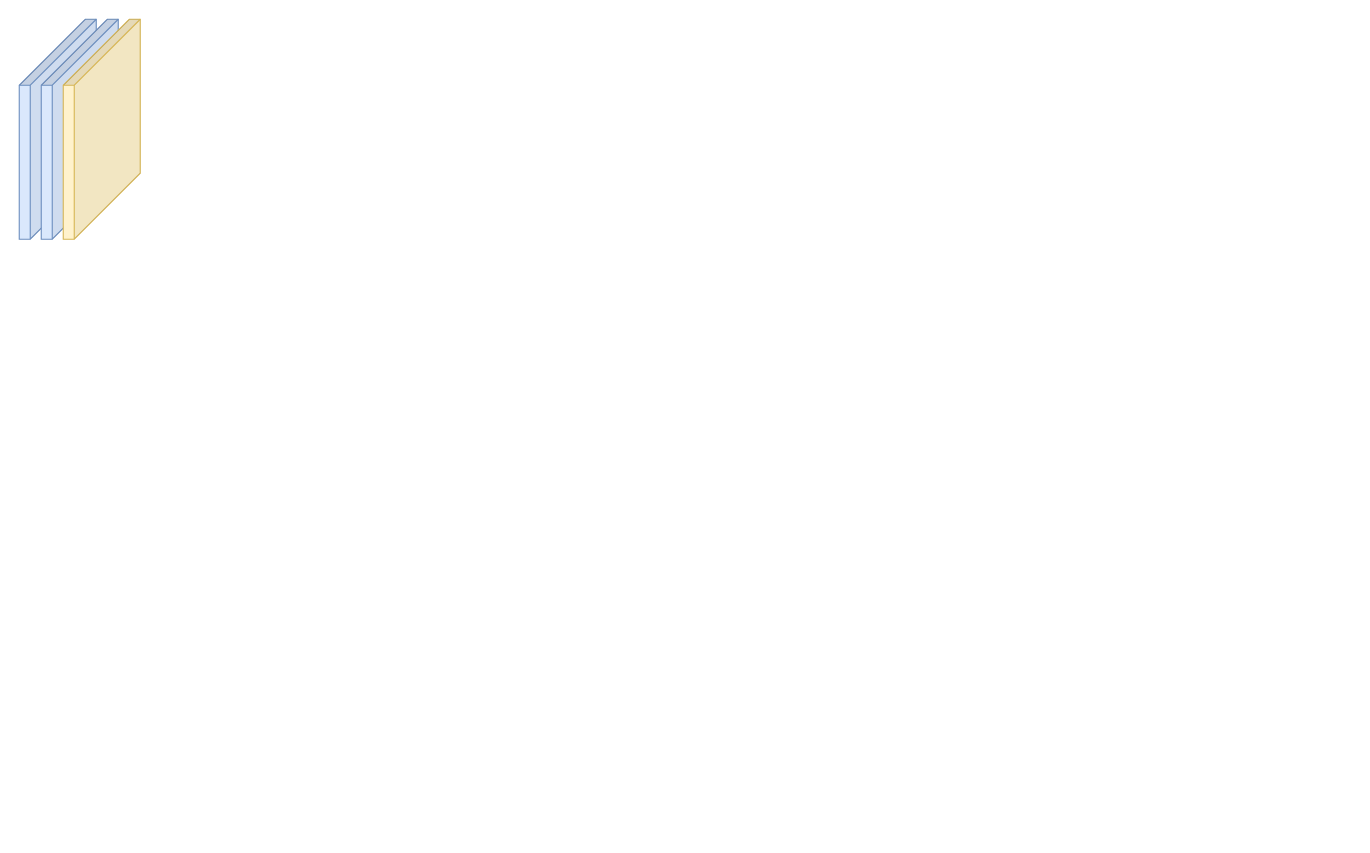
qqaazz800624/cardiovascular-calcification keeps this draw.io diagram as scripts/analytics/UQ.drawio. Above is the earlier version. Source tidied: cells renumbered, new cells numbered last; positions are measured from the earlier drawing's top-left corner, leaving out a move shared by most shapes. Both pictures are drawn from the tidied source at 110%, with x=0, y=0 at pixel (19, 19).
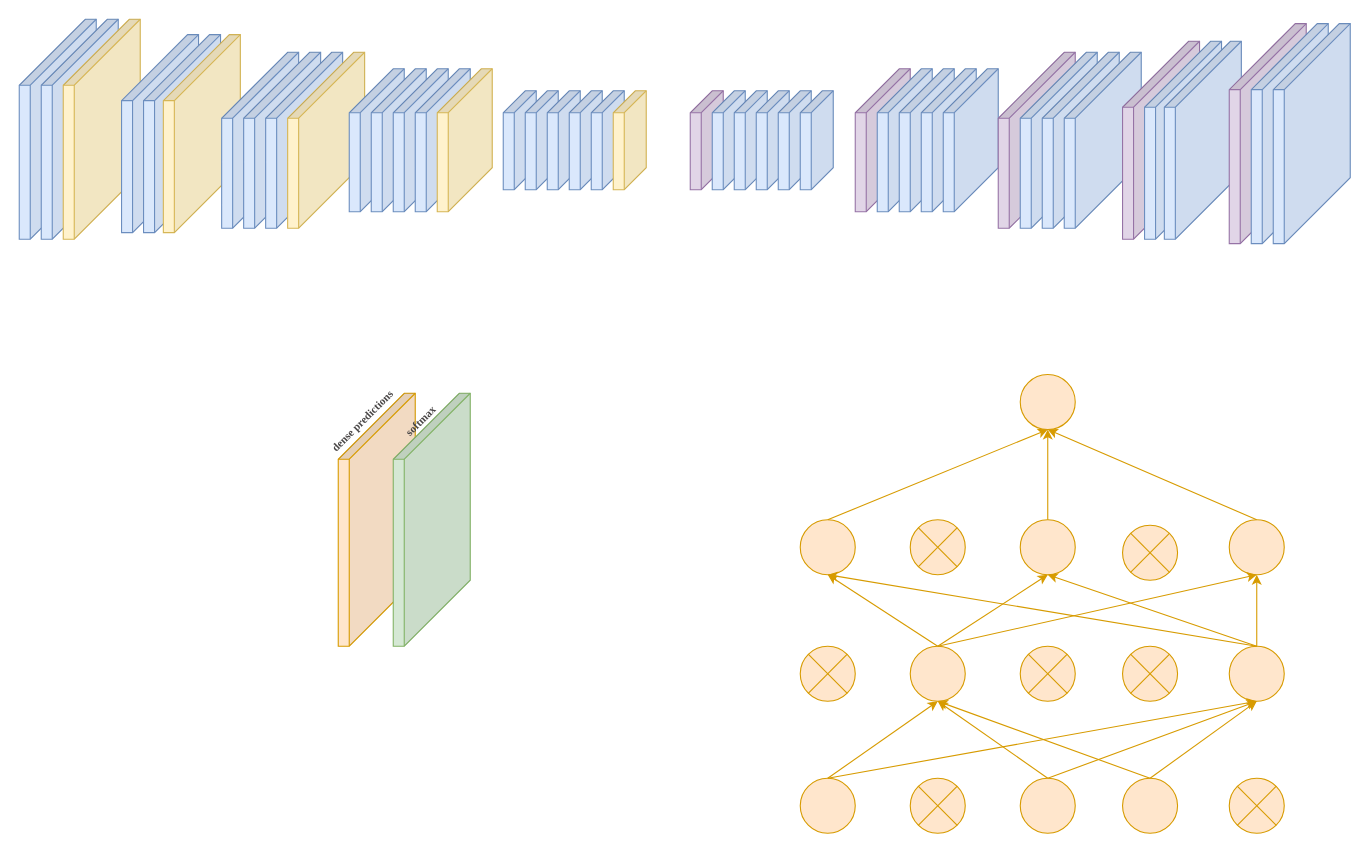
After the change.

Diff of the diagram source:
```diff
@@
+    <mxCell id="5" style="shape=cube;whiteSpace=wrap;html=1;boundedLbl=1;backgroundOutline=1;darkOpacity=0.05;darkOpacity2=0.1;rotation=0;size=60;direction=south;flipH=0;flipV=0;fillColor=#dae8fc;strokeColor=#6c8ebf;" parent="1" vertex="1">
+      <mxGeometry x="93" y="14" width="70" height="180" as="geometry" />
+    </mxCell>
+    <mxCell id="6" style="shape=cube;whiteSpace=wrap;html=1;boundedLbl=1;backgroundOutline=1;darkOpacity=0.05;darkOpacity2=0.1;rotation=0;size=60;direction=south;flipH=0;flipV=0;fillColor=#dae8fc;strokeColor=#6c8ebf;" parent="1" vertex="1">
+      <mxGeometry x="113" y="14" width="70" height="180" as="geometry" />
+    </mxCell>
+    <mxCell id="7" style="shape=cube;whiteSpace=wrap;html=1;boundedLbl=1;backgroundOutline=1;darkOpacity=0.05;darkOpacity2=0.1;rotation=0;size=60;direction=south;flipH=0;flipV=0;fillColor=#fff2cc;strokeColor=#d6b656;" parent="1" vertex="1">
+      <mxGeometry x="131" y="14" width="70" height="180" as="geometry" />
+    </mxCell>
+    <mxCell id="8" style="shape=cube;whiteSpace=wrap;html=1;boundedLbl=1;backgroundOutline=1;darkOpacity=0.05;darkOpacity2=0.1;rotation=0;size=60;direction=south;flipH=0;flipV=0;fillColor=#dae8fc;strokeColor=#6c8ebf;" parent="1" vertex="1">
+      <mxGeometry x="184" y="30" width="70" height="160" as="geometry" />
+    </mxCell>
+    <mxCell id="9" style="shape=cube;whiteSpace=wrap;html=1;boundedLbl=1;backgroundOutline=1;darkOpacity=0.05;darkOpacity2=0.1;rotation=0;size=60;direction=south;flipH=0;flipV=0;fillColor=#dae8fc;strokeColor=#6c8ebf;" parent="1" vertex="1">
+      <mxGeometry x="204" y="30" width="70" height="160" as="geometry" />
+    </mxCell>
+    <mxCell id="10" style="shape=cube;whiteSpace=wrap;html=1;boundedLbl=1;backgroundOutline=1;darkOpacity=0.05;darkOpacity2=0.1;rotation=0;size=60;direction=south;flipH=0;flipV=0;fillColor=#dae8fc;strokeColor=#6c8ebf;" parent="1" vertex="1">
+      <mxGeometry x="224" y="30" width="70" height="160" as="geometry" />
+    </mxCell>
+    <mxCell id="11" style="shape=cube;whiteSpace=wrap;html=1;boundedLbl=1;backgroundOutline=1;darkOpacity=0.05;darkOpacity2=0.1;rotation=0;size=60;direction=south;flipH=0;flipV=0;fillColor=#fff2cc;strokeColor=#d6b656;" parent="1" vertex="1">
+      <mxGeometry x="244" y="30" width="70" height="160" as="geometry" />
+    </mxCell>
+    <mxCell id="12" style="shape=cube;whiteSpace=wrap;html=1;boundedLbl=1;backgroundOutline=1;darkOpacity=0.05;darkOpacity2=0.1;rotation=0;size=40;direction=south;flipH=0;flipV=0;fillColor=#dae8fc;strokeColor=#6c8ebf;" parent="1" vertex="1">
+      <mxGeometry x="300" y="45" width="50" height="130" as="geometry" />
+    </mxCell>
+    <mxCell id="13" style="shape=cube;whiteSpace=wrap;html=1;boundedLbl=1;backgroundOutline=1;darkOpacity=0.05;darkOpacity2=0.1;rotation=0;size=40;direction=south;flipH=0;flipV=0;fillColor=#dae8fc;strokeColor=#6c8ebf;" parent="1" vertex="1">
+      <mxGeometry x="320" y="45" width="50" height="130" as="geometry" />
+    </mxCell>
+    <mxCell id="14" style="shape=cube;whiteSpace=wrap;html=1;boundedLbl=1;backgroundOutline=1;darkOpacity=0.05;darkOpacity2=0.1;rotation=0;size=40;direction=south;flipH=0;flipV=0;fillColor=#dae8fc;strokeColor=#6c8ebf;" parent="1" vertex="1">
+      <mxGeometry x="340" y="45" width="50" height="130" as="geometry" />
+    </mxCell>
+    <mxCell id="15" style="shape=cube;whiteSpace=wrap;html=1;boundedLbl=1;backgroundOutline=1;darkOpacity=0.05;darkOpacity2=0.1;rotation=0;size=40;direction=south;flipH=0;flipV=0;fillColor=#dae8fc;strokeColor=#6c8ebf;" parent="1" vertex="1">
+      <mxGeometry x="360" y="45" width="50" height="130" as="geometry" />
+    </mxCell>
+    <mxCell id="16" style="shape=cube;whiteSpace=wrap;html=1;boundedLbl=1;backgroundOutline=1;darkOpacity=0.05;darkOpacity2=0.1;rotation=0;size=40;direction=south;flipH=0;flipV=0;fillColor=#fff2cc;strokeColor=#d6b656;" parent="1" vertex="1">
+      <mxGeometry x="380" y="45" width="50" height="130" as="geometry" />
+    </mxCell>
+    <mxCell id="17" style="shape=cube;whiteSpace=wrap;html=1;boundedLbl=1;backgroundOutline=1;darkOpacity=0.05;darkOpacity2=0.1;rotation=0;size=20;direction=south;flipH=0;flipV=0;fillColor=#dae8fc;strokeColor=#6c8ebf;" parent="1" vertex="1">
+      <mxGeometry x="440" y="65" width="30" height="90" as="geometry" />
+    </mxCell>
+    <mxCell id="18" style="shape=cube;whiteSpace=wrap;html=1;boundedLbl=1;backgroundOutline=1;darkOpacity=0.05;darkOpacity2=0.1;rotation=0;size=20;direction=south;flipH=0;flipV=0;fillColor=#dae8fc;strokeColor=#6c8ebf;" parent="1" vertex="1">
+      <mxGeometry x="460" y="65" width="30" height="90" as="geometry" />
+    </mxCell>
+    <mxCell id="19" style="shape=cube;whiteSpace=wrap;html=1;boundedLbl=1;backgroundOutline=1;darkOpacity=0.05;darkOpacity2=0.1;rotation=0;size=20;direction=south;flipH=0;flipV=0;fillColor=#dae8fc;strokeColor=#6c8ebf;" parent="1" vertex="1">
+      <mxGeometry x="480" y="65" width="30" height="90" as="geometry" />
+    </mxCell>
+    <mxCell id="20" style="shape=cube;whiteSpace=wrap;html=1;boundedLbl=1;backgroundOutline=1;darkOpacity=0.05;darkOpacity2=0.1;rotation=0;size=20;direction=south;flipH=0;flipV=0;fillColor=#dae8fc;strokeColor=#6c8ebf;" parent="1" vertex="1">
+      <mxGeometry x="500" y="65" width="30" height="90" as="geometry" />
+    </mxCell>
+    <mxCell id="21" style="shape=cube;whiteSpace=wrap;html=1;boundedLbl=1;backgroundOutline=1;darkOpacity=0.05;darkOpacity2=0.1;rotation=0;size=20;direction=south;flipH=0;flipV=0;fillColor=#dae8fc;strokeColor=#6c8ebf;" parent="1" vertex="1">
+      <mxGeometry x="520" y="65" width="30" height="90" as="geometry" />
+    </mxCell>
+    <mxCell id="22" style="shape=cube;whiteSpace=wrap;html=1;boundedLbl=1;backgroundOutline=1;darkOpacity=0.05;darkOpacity2=0.1;rotation=0;size=20;direction=south;flipH=0;flipV=0;fillColor=#fff2cc;strokeColor=#d6b656;" parent="1" vertex="1">
+      <mxGeometry x="540" y="65" width="30" height="90" as="geometry" />
+    </mxCell>
+    <mxCell id="23" style="shape=cube;whiteSpace=wrap;html=1;boundedLbl=1;backgroundOutline=1;darkOpacity=0.05;darkOpacity2=0.1;rotation=0;size=20;direction=south;flipH=0;flipV=0;fillColor=#e1d5e7;strokeColor=#9673a6;" parent="1" vertex="1">
+      <mxGeometry x="610" y="65" width="30" height="90" as="geometry" />
+    </mxCell>
+    <mxCell id="24" style="shape=cube;whiteSpace=wrap;html=1;boundedLbl=1;backgroundOutline=1;darkOpacity=0.05;darkOpacity2=0.1;rotation=0;size=20;direction=south;flipH=0;flipV=0;fillColor=#dae8fc;strokeColor=#6c8ebf;" parent="1" vertex="1">
+      <mxGeometry x="630" y="65" width="30" height="90" as="geometry" />
+    </mxCell>
+    <mxCell id="25" style="shape=cube;whiteSpace=wrap;html=1;boundedLbl=1;backgroundOutline=1;darkOpacity=0.05;darkOpacity2=0.1;rotation=0;size=20;direction=south;flipH=0;flipV=0;fillColor=#dae8fc;strokeColor=#6c8ebf;" parent="1" vertex="1">
+      <mxGeometry x="650" y="65" width="30" height="90" as="geometry" />
+    </mxCell>
+    <mxCell id="26" style="shape=cube;whiteSpace=wrap;html=1;boundedLbl=1;backgroundOutline=1;darkOpacity=0.05;darkOpacity2=0.1;rotation=0;size=20;direction=south;flipH=0;flipV=0;fillColor=#dae8fc;strokeColor=#6c8ebf;" parent="1" vertex="1">
+      <mxGeometry x="670" y="65" width="30" height="90" as="geometry" />
+    </mxCell>
+    <mxCell id="27" style="shape=cube;whiteSpace=wrap;html=1;boundedLbl=1;backgroundOutline=1;darkOpacity=0.05;darkOpacity2=0.1;rotation=0;size=20;direction=south;flipH=0;flipV=0;fillColor=#dae8fc;strokeColor=#6c8ebf;" parent="1" vertex="1">
+      <mxGeometry x="690" y="65" width="30" height="90" as="geometry" />
+    </mxCell>
+    <mxCell id="28" style="shape=cube;whiteSpace=wrap;html=1;boundedLbl=1;backgroundOutline=1;darkOpacity=0.05;darkOpacity2=0.1;rotation=0;size=20;direction=south;flipH=0;flipV=0;fillColor=#dae8fc;strokeColor=#6c8ebf;" parent="1" vertex="1">
+      <mxGeometry x="710" y="65" width="30" height="90" as="geometry" />
+    </mxCell>
+    <mxCell id="29" style="shape=cube;whiteSpace=wrap;html=1;boundedLbl=1;backgroundOutline=1;darkOpacity=0.05;darkOpacity2=0.1;rotation=0;size=40;direction=south;flipH=0;flipV=0;fillColor=#e1d5e7;strokeColor=#9673a6;" parent="1" vertex="1">
+      <mxGeometry x="760" y="45" width="50" height="130" as="geometry" />
+    </mxCell>
+    <mxCell id="30" style="shape=cube;whiteSpace=wrap;html=1;boundedLbl=1;backgroundOutline=1;darkOpacity=0.05;darkOpacity2=0.1;rotation=0;size=40;direction=south;flipH=0;flipV=0;fillColor=#dae8fc;strokeColor=#6c8ebf;" parent="1" vertex="1">
+      <mxGeometry x="780" y="45" width="50" height="130" as="geometry" />
+    </mxCell>
+    <mxCell id="31" style="shape=cube;whiteSpace=wrap;html=1;boundedLbl=1;backgroundOutline=1;darkOpacity=0.05;darkOpacity2=0.1;rotation=0;size=40;direction=south;flipH=0;flipV=0;fillColor=#dae8fc;strokeColor=#6c8ebf;" parent="1" vertex="1">
+      <mxGeometry x="800" y="45" width="50" height="130" as="geometry" />
+    </mxCell>
+    <mxCell id="32" style="shape=cube;whiteSpace=wrap;html=1;boundedLbl=1;backgroundOutline=1;darkOpacity=0.05;darkOpacity2=0.1;rotation=0;size=40;direction=south;flipH=0;flipV=0;fillColor=#dae8fc;strokeColor=#6c8ebf;" parent="1" vertex="1">
+      <mxGeometry x="820" y="45" width="50" height="130" as="geometry" />
+    </mxCell>
+    <mxCell id="33" style="shape=cube;whiteSpace=wrap;html=1;boundedLbl=1;backgroundOutline=1;darkOpacity=0.05;darkOpacity2=0.1;rotation=0;size=40;direction=south;flipH=0;flipV=0;fillColor=#dae8fc;strokeColor=#6c8ebf;" parent="1" vertex="1">
+      <mxGeometry x="840" y="45" width="50" height="130" as="geometry" />
+    </mxCell>
+    <mxCell id="34" style="shape=cube;whiteSpace=wrap;html=1;boundedLbl=1;backgroundOutline=1;darkOpacity=0.05;darkOpacity2=0.1;rotation=0;size=60;direction=south;flipH=0;flipV=0;fillColor=#e1d5e7;strokeColor=#9673a6;" parent="1" vertex="1">
+      <mxGeometry x="890" y="30" width="70" height="160" as="geometry" />
+    </mxCell>
+    <mxCell id="35" style="shape=cube;whiteSpace=wrap;html=1;boundedLbl=1;backgroundOutline=1;darkOpacity=0.05;darkOpacity2=0.1;rotation=0;size=60;direction=south;flipH=0;flipV=0;fillColor=#dae8fc;strokeColor=#6c8ebf;" parent="1" vertex="1">
+      <mxGeometry x="910" y="30" width="70" height="160" as="geometry" />
+    </mxCell>
+    <mxCell id="36" style="shape=cube;whiteSpace=wrap;html=1;boundedLbl=1;backgroundOutline=1;darkOpacity=0.05;darkOpacity2=0.1;rotation=0;size=60;direction=south;flipH=0;flipV=0;fillColor=#dae8fc;strokeColor=#6c8ebf;" parent="1" vertex="1">
+      <mxGeometry x="930" y="30" width="70" height="160" as="geometry" />
+    </mxCell>
+    <mxCell id="37" style="shape=cube;whiteSpace=wrap;html=1;boundedLbl=1;backgroundOutline=1;darkOpacity=0.05;darkOpacity2=0.1;rotation=0;size=60;direction=south;flipH=0;flipV=0;fillColor=#dae8fc;strokeColor=#6c8ebf;" parent="1" vertex="1">
+      <mxGeometry x="950" y="30" width="70" height="160" as="geometry" />
+    </mxCell>
+    <mxCell id="38" style="shape=cube;whiteSpace=wrap;html=1;boundedLbl=1;backgroundOutline=1;darkOpacity=0.05;darkOpacity2=0.1;rotation=0;size=60;direction=south;flipH=0;flipV=0;fillColor=#e1d5e7;strokeColor=#9673a6;" parent="1" vertex="1">
+      <mxGeometry x="1003" y="20" width="70" height="180" as="geometry" />
+    </mxCell>
+    <mxCell id="39" style="shape=cube;whiteSpace=wrap;html=1;boundedLbl=1;backgroundOutline=1;darkOpacity=0.05;darkOpacity2=0.1;rotation=0;size=60;direction=south;flipH=0;flipV=0;fillColor=#dae8fc;strokeColor=#6c8ebf;" parent="1" vertex="1">
+      <mxGeometry x="1023" y="20" width="70" height="180" as="geometry" />
+    </mxCell>
+    <mxCell id="40" style="shape=cube;whiteSpace=wrap;html=1;boundedLbl=1;backgroundOutline=1;darkOpacity=0.05;darkOpacity2=0.1;rotation=0;size=60;direction=south;flipH=0;flipV=0;fillColor=#dae8fc;strokeColor=#6c8ebf;" parent="1" vertex="1">
+      <mxGeometry x="1041" y="20" width="70" height="180" as="geometry" />
+    </mxCell>
+    <mxCell id="41" style="shape=cube;whiteSpace=wrap;html=1;boundedLbl=1;backgroundOutline=1;darkOpacity=0.05;darkOpacity2=0.1;rotation=0;size=60;direction=south;flipH=0;flipV=0;fillColor=#e1d5e7;strokeColor=#9673a6;" parent="1" vertex="1">
+      <mxGeometry x="1100" y="4" width="70" height="200" as="geometry" />
+    </mxCell>
+    <mxCell id="42" style="shape=cube;whiteSpace=wrap;html=1;boundedLbl=1;backgroundOutline=1;darkOpacity=0.05;darkOpacity2=0.1;rotation=0;size=60;direction=south;flipH=0;flipV=0;fillColor=#dae8fc;strokeColor=#6c8ebf;" parent="1" vertex="1">
+      <mxGeometry x="1120" y="4" width="70" height="200" as="geometry" />
+    </mxCell>
+    <mxCell id="43" style="shape=cube;whiteSpace=wrap;html=1;boundedLbl=1;backgroundOutline=1;darkOpacity=0.05;darkOpacity2=0.1;rotation=0;size=60;direction=south;flipH=0;flipV=0;fillColor=#dae8fc;strokeColor=#6c8ebf;" parent="1" vertex="1">
+      <mxGeometry x="1140" y="4" width="70" height="200" as="geometry" />
+    </mxCell>
+    <mxCell id="44" style="shape=cube;whiteSpace=wrap;html=1;boundedLbl=1;backgroundOutline=1;darkOpacity=0.05;darkOpacity2=0.1;rotation=0;size=60;direction=south;flipH=0;flipV=0;fillColor=#ffe6cc;strokeColor=#d79b00;" parent="1" vertex="1">
+      <mxGeometry x="290" y="340" width="70" height="230" as="geometry" />
+    </mxCell>
+    <mxCell id="45" style="shape=cube;whiteSpace=wrap;html=1;boundedLbl=1;backgroundOutline=1;darkOpacity=0.05;darkOpacity2=0.1;rotation=0;size=60;direction=south;flipH=0;flipV=0;fillColor=#d5e8d4;strokeColor=#82b366;" parent="1" vertex="1">
+      <mxGeometry x="340" y="340" width="70" height="230" as="geometry" />
+    </mxCell>
+    <mxCell id="46" value="dense predictions" style="text;strokeColor=none;align=center;fillColor=none;html=1;verticalAlign=middle;whiteSpace=wrap;rounded=0;fontFamily=Times New Roman;rotation=-45;fontSize=10;fontStyle=1;fontColor=#494646;" parent="1" vertex="1">
+      <mxGeometry x="254" y="350" width="116" height="30" as="geometry" />
+    </mxCell>
+    <mxCell id="47" value="softmax" style="text;strokeColor=none;align=center;fillColor=none;html=1;verticalAlign=middle;whiteSpace=wrap;rounded=0;fontFamily=Times New Roman;rotation=-45;fontSize=10;fontStyle=1;fontColor=#494646;" parent="1" vertex="1">
+      <mxGeometry x="307" y="350" width="116" height="30" as="geometry" />
+    </mxCell>
+    <mxCell id="48" style="ellipse;whiteSpace=wrap;html=1;fillColor=#ffe6cc;strokeColor=#d79b00;" parent="1" vertex="1">
+      <mxGeometry x="910" y="323" width="50" height="50" as="geometry" />
+    </mxCell>
+    <mxCell id="49" style="ellipse;whiteSpace=wrap;html=1;fillColor=#ffe6cc;strokeColor=#d79b00;" parent="1" vertex="1">
+      <mxGeometry x="710" y="455" width="50" height="50" as="geometry" />
+    </mxCell>
+    <mxCell id="50" style="ellipse;whiteSpace=wrap;html=1;fillColor=#ffe6cc;strokeColor=#d79b00;" parent="1" vertex="1">
+      <mxGeometry x="710" y="690" width="50" height="50" as="geometry" />
+    </mxCell>
+    <mxCell id="51" style="ellipse;whiteSpace=wrap;html=1;fillColor=#ffe6cc;strokeColor=#d79b00;" parent="1" vertex="1">
+      <mxGeometry x="910" y="455" width="50" height="50" as="geometry" />
+    </mxCell>
+    <mxCell id="52" style="ellipse;whiteSpace=wrap;html=1;fillColor=#ffe6cc;strokeColor=#d79b00;" parent="1" vertex="1">
+      <mxGeometry x="810" y="570" width="50" height="50" as="geometry" />
+    </mxCell>
+    <mxCell id="53" style="ellipse;whiteSpace=wrap;html=1;fillColor=#ffe6cc;strokeColor=#d79b00;" parent="1" vertex="1">
+      <mxGeometry x="1100" y="455" width="50" height="50" as="geometry" />
+    </mxCell>
+    <mxCell id="54" style="shape=sumEllipse;perimeter=ellipsePerimeter;whiteSpace=wrap;html=1;backgroundOutline=1;fillColor=#ffe6cc;strokeColor=#d79b00;" parent="1" vertex="1">
+      <mxGeometry x="810" y="455" width="50" height="50" as="geometry" />
+    </mxCell>
+    <mxCell id="55" style="shape=sumEllipse;perimeter=ellipsePerimeter;whiteSpace=wrap;html=1;backgroundOutline=1;fillColor=#ffe6cc;strokeColor=#d79b00;" parent="1" vertex="1">
+      <mxGeometry x="1003" y="460" width="50" height="50" as="geometry" />
+    </mxCell>
+    <mxCell id="56" style="shape=sumEllipse;perimeter=ellipsePerimeter;whiteSpace=wrap;html=1;backgroundOutline=1;fillColor=#ffe6cc;strokeColor=#d79b00;" parent="1" vertex="1">
+      <mxGeometry x="910" y="570" width="50" height="50" as="geometry" />
+    </mxCell>
+    <mxCell id="57" style="shape=sumEllipse;perimeter=ellipsePerimeter;whiteSpace=wrap;html=1;backgroundOutline=1;fillColor=#ffe6cc;strokeColor=#d79b00;" parent="1" vertex="1">
+      <mxGeometry x="1003" y="570" width="50" height="50" as="geometry" />
+    </mxCell>
+    <mxCell id="58" style="ellipse;whiteSpace=wrap;html=1;fillColor=#ffe6cc;strokeColor=#d79b00;" parent="1" vertex="1">
+      <mxGeometry x="1100" y="570" width="50" height="50" as="geometry" />
+    </mxCell>
+    <mxCell id="59" style="shape=sumEllipse;perimeter=ellipsePerimeter;whiteSpace=wrap;html=1;backgroundOutline=1;fillColor=#ffe6cc;strokeColor=#d79b00;" parent="1" vertex="1">
+      <mxGeometry x="710" y="570" width="50" height="50" as="geometry" />
+    </mxCell>
+    <mxCell id="60" style="shape=sumEllipse;perimeter=ellipsePerimeter;whiteSpace=wrap;html=1;backgroundOutline=1;fillColor=#ffe6cc;strokeColor=#d79b00;" parent="1" vertex="1">
+      <mxGeometry x="810" y="690" width="50" height="50" as="geometry" />
+    </mxCell>
+    <mxCell id="61" style="shape=sumEllipse;perimeter=ellipsePerimeter;whiteSpace=wrap;html=1;backgroundOutline=1;fillColor=#ffe6cc;strokeColor=#d79b00;" parent="1" vertex="1">
+      <mxGeometry x="1100" y="690" width="50" height="50" as="geometry" />
+    </mxCell>
+    <mxCell id="62" style="ellipse;whiteSpace=wrap;html=1;fillColor=#ffe6cc;strokeColor=#d79b00;" parent="1" vertex="1">
+      <mxGeometry x="910" y="690" width="50" height="50" as="geometry" />
+    </mxCell>
+    <mxCell id="63" style="ellipse;whiteSpace=wrap;html=1;fillColor=#ffe6cc;strokeColor=#d79b00;" parent="1" vertex="1">
+      <mxGeometry x="1003" y="690" width="50" height="50" as="geometry" />
+    </mxCell>
+    <mxCell id="64" style="endArrow=classic;html=1;rounded=0;entryX=0.5;entryY=1;entryDx=0;entryDy=0;exitX=0.5;exitY=0;exitDx=0;exitDy=0;fillColor=#ffe6cc;strokeColor=#d79b00;" parent="1" edge="1" source="49" target="48">
+      <mxGeometry relative="1" as="geometry" />
+    </mxCell>
+    <mxCell id="65" style="endArrow=classic;html=1;rounded=0;entryX=0.5;entryY=1;entryDx=0;entryDy=0;exitX=0.5;exitY=0;exitDx=0;exitDy=0;fillColor=#ffe6cc;strokeColor=#d79b00;" parent="1" edge="1" source="51" target="48">
+      <mxGeometry relative="1" as="geometry" />
+    </mxCell>
+    <mxCell id="66" style="endArrow=classic;html=1;rounded=0;entryX=0.5;entryY=1;entryDx=0;entryDy=0;exitX=0.5;exitY=0;exitDx=0;exitDy=0;fillColor=#ffe6cc;strokeColor=#d79b00;" parent="1" edge="1" source="53" target="48">
+      <mxGeometry relative="1" as="geometry" />
+    </mxCell>
+    <mxCell id="67" style="endArrow=classic;html=1;rounded=0;entryX=0.5;entryY=1;entryDx=0;entryDy=0;exitX=0.5;exitY=0;exitDx=0;exitDy=0;fillColor=#ffe6cc;strokeColor=#d79b00;" parent="1" edge="1" source="52" target="49">
+      <mxGeometry relative="1" as="geometry" />
+    </mxCell>
+    <mxCell id="68" style="endArrow=classic;html=1;rounded=0;entryX=0.5;entryY=1;entryDx=0;entryDy=0;exitX=0.5;exitY=0;exitDx=0;exitDy=0;fillColor=#ffe6cc;strokeColor=#d79b00;" parent="1" edge="1" source="52" target="51">
+      <mxGeometry relative="1" as="geometry" />
+    </mxCell>
+    <mxCell id="69" style="endArrow=classic;html=1;rounded=0;entryX=0.5;entryY=1;entryDx=0;entryDy=0;exitX=0.5;exitY=0;exitDx=0;exitDy=0;fillColor=#ffe6cc;strokeColor=#d79b00;" parent="1" edge="1" source="52" target="53">
+      <mxGeometry relative="1" as="geometry" />
+    </mxCell>
+    <mxCell id="70" style="endArrow=classic;html=1;rounded=0;entryX=0.5;entryY=1;entryDx=0;entryDy=0;exitX=0.5;exitY=0;exitDx=0;exitDy=0;fillColor=#ffe6cc;strokeColor=#d79b00;" parent="1" edge="1" source="58" target="53">
+      <mxGeometry relative="1" as="geometry" />
+    </mxCell>
+    <mxCell id="71" style="endArrow=classic;html=1;rounded=0;entryX=0.5;entryY=1;entryDx=0;entryDy=0;exitX=0.5;exitY=0;exitDx=0;exitDy=0;fillColor=#ffe6cc;strokeColor=#d79b00;" parent="1" edge="1" source="58" target="51">
+      <mxGeometry relative="1" as="geometry" />
+    </mxCell>
+    <mxCell id="72" style="endArrow=classic;html=1;rounded=0;entryX=0.5;entryY=1;entryDx=0;entryDy=0;exitX=0.5;exitY=0;exitDx=0;exitDy=0;fillColor=#ffe6cc;strokeColor=#d79b00;" parent="1" edge="1" source="58" target="49">
+      <mxGeometry relative="1" as="geometry" />
+    </mxCell>
+    <mxCell id="73" style="endArrow=classic;html=1;rounded=0;entryX=0.5;entryY=1;entryDx=0;entryDy=0;exitX=0.5;exitY=0;exitDx=0;exitDy=0;fillColor=#ffe6cc;strokeColor=#d79b00;" parent="1" edge="1" source="50" target="52">
+      <mxGeometry relative="1" as="geometry" />
+    </mxCell>
+    <mxCell id="74" style="endArrow=classic;html=1;rounded=0;entryX=0.5;entryY=1;entryDx=0;entryDy=0;exitX=0.5;exitY=0;exitDx=0;exitDy=0;fillColor=#ffe6cc;strokeColor=#d79b00;" parent="1" edge="1" source="50" target="58">
+      <mxGeometry relative="1" as="geometry" />
+    </mxCell>
+    <mxCell id="75" style="endArrow=classic;html=1;rounded=0;entryX=0.5;entryY=1;entryDx=0;entryDy=0;exitX=0.5;exitY=0;exitDx=0;exitDy=0;fillColor=#ffe6cc;strokeColor=#d79b00;" parent="1" edge="1" source="62" target="52">
+      <mxGeometry relative="1" as="geometry" />
+    </mxCell>
+    <mxCell id="76" style="endArrow=classic;html=1;rounded=0;entryX=0.5;entryY=1;entryDx=0;entryDy=0;exitX=0.5;exitY=0;exitDx=0;exitDy=0;fillColor=#ffe6cc;strokeColor=#d79b00;" parent="1" edge="1" source="62" target="58">
+      <mxGeometry relative="1" as="geometry" />
+    </mxCell>
+    <mxCell id="77" style="endArrow=classic;html=1;rounded=0;entryX=0.5;entryY=1;entryDx=0;entryDy=0;exitX=0.5;exitY=0;exitDx=0;exitDy=0;fillColor=#ffe6cc;strokeColor=#d79b00;" parent="1" edge="1" source="63" target="58">
+      <mxGeometry relative="1" as="geometry" />
+    </mxCell>
+    <mxCell id="78" style="endArrow=classic;html=1;rounded=0;entryX=0.5;entryY=1;entryDx=0;entryDy=0;exitX=0.5;exitY=0;exitDx=0;exitDy=0;fillColor=#ffe6cc;strokeColor=#d79b00;" parent="1" edge="1" source="63" target="52">
+      <mxGeometry relative="1" as="geometry" />
+    </mxCell>
```
